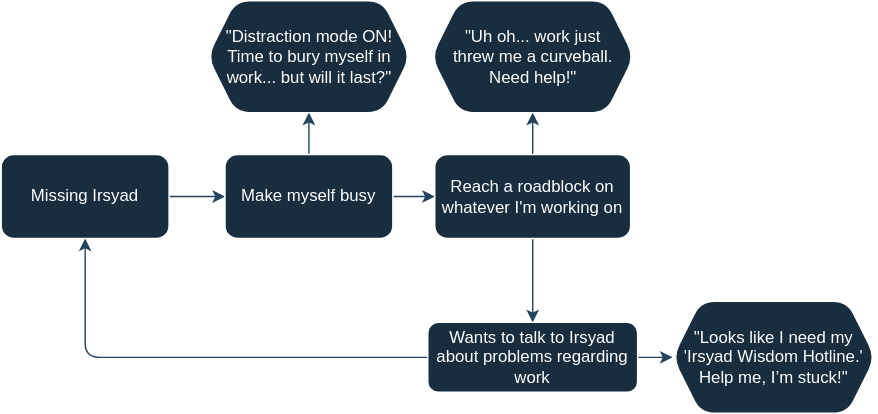
Before: Untitled Diagram.drawio.svg, a diagram exported from draw.io (MaryVII/Flowchart). Source tidied: cells renumbered, new cells last; positions are measured from the earlier drawing's top-left corner, leaving out a move shared by most shapes.
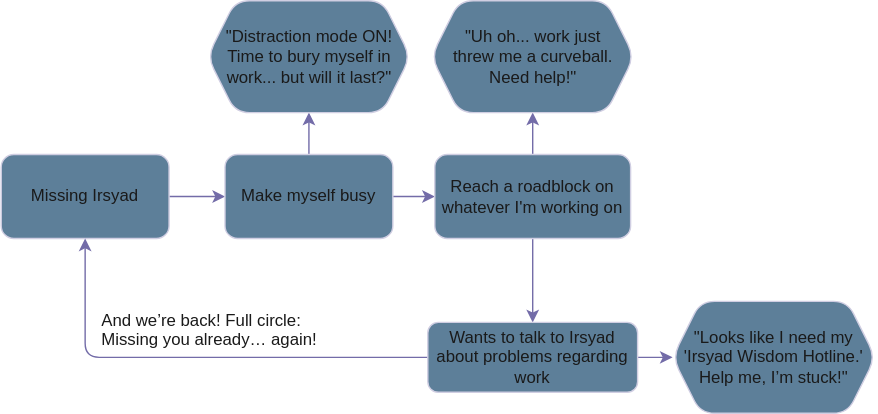
After the change.

The edit, as a diff of the source:
```diff
@@ -2,49 +2,49 @@
   <root>
     <mxCell id="0" />
     <mxCell id="1" parent="0" />
-    <mxCell id="2" style="edgeStyle=orthogonalEdgeStyle;rounded=1;jettySize=auto;html=1;labelBackgroundColor=none;fontColor=default;strokeColor=#23445D;" parent="1" edge="1" source="3" target="6">
+    <mxCell id="2" style="edgeStyle=orthogonalEdgeStyle;rounded=1;jettySize=auto;html=1;labelBackgroundColor=none;fontColor=default;strokeColor=#736CA8;" parent="1" edge="1" source="3" target="6">
       <mxGeometry relative="1" as="geometry" />
     </mxCell>
-    <mxCell id="3" value="Missing Irsyad" style="rounded=1;whiteSpace=wrap;html=1;labelBackgroundColor=none;fillColor=#182E3E;strokeColor=#FFFFFF;fontColor=#FFFFFF;" parent="1" vertex="1">
+    <mxCell id="3" value="Missing Irsyad" style="rounded=1;whiteSpace=wrap;html=1;labelBackgroundColor=none;fillColor=#5D7F99;strokeColor=#D0CEE2;fontColor=#1A1A1A;" parent="1" vertex="1">
       <mxGeometry y="110" width="120" height="60" as="geometry" />
     </mxCell>
-    <mxCell id="4" style="edgeStyle=orthogonalEdgeStyle;rounded=1;jettySize=auto;html=1;labelBackgroundColor=none;fontColor=default;strokeColor=#23445D;" parent="1" edge="1" source="6" target="9">
+    <mxCell id="4" style="edgeStyle=orthogonalEdgeStyle;rounded=1;jettySize=auto;html=1;labelBackgroundColor=none;fontColor=default;strokeColor=#736CA8;" parent="1" edge="1" source="6" target="9">
       <mxGeometry relative="1" as="geometry" />
     </mxCell>
-    <mxCell id="5" style="edgeStyle=orthogonalEdgeStyle;rounded=1;jettySize=auto;html=1;labelBackgroundColor=none;fontColor=default;strokeColor=#23445D;" parent="1" edge="1" source="6" target="13">
+    <mxCell id="5" style="edgeStyle=orthogonalEdgeStyle;rounded=1;jettySize=auto;html=1;labelBackgroundColor=none;fontColor=default;strokeColor=#736CA8;" parent="1" edge="1" source="6" target="13">
       <mxGeometry relative="1" as="geometry" />
     </mxCell>
-    <mxCell id="6" value="Make myself busy" style="whiteSpace=wrap;html=1;rounded=1;labelBackgroundColor=none;fillColor=#182E3E;strokeColor=#FFFFFF;fontColor=#FFFFFF;" parent="1" vertex="1">
+    <mxCell id="6" value="Make myself busy" style="whiteSpace=wrap;html=1;rounded=1;labelBackgroundColor=none;fillColor=#5D7F99;strokeColor=#D0CEE2;fontColor=#1A1A1A;" parent="1" vertex="1">
       <mxGeometry x="160" y="110" width="120" height="60" as="geometry" />
     </mxCell>
-    <mxCell id="7" style="edgeStyle=orthogonalEdgeStyle;rounded=1;jettySize=auto;html=1;labelBackgroundColor=none;fontColor=default;strokeColor=#23445D;" parent="1" edge="1" source="9" target="12">
+    <mxCell id="7" style="edgeStyle=orthogonalEdgeStyle;rounded=1;jettySize=auto;html=1;labelBackgroundColor=none;fontColor=default;strokeColor=#736CA8;" parent="1" edge="1" source="9" target="12">
       <mxGeometry relative="1" as="geometry" />
     </mxCell>
-    <mxCell id="8" style="edgeStyle=orthogonalEdgeStyle;rounded=1;jettySize=auto;html=1;labelBackgroundColor=none;fontColor=default;strokeColor=#23445D;" parent="1" edge="1" source="9" target="14">
+    <mxCell id="8" style="edgeStyle=orthogonalEdgeStyle;rounded=1;jettySize=auto;html=1;labelBackgroundColor=none;fontColor=default;strokeColor=#736CA8;" parent="1" edge="1" source="9" target="14">
       <mxGeometry relative="1" as="geometry" />
     </mxCell>
-    <mxCell id="9" value="Reach a roadblock on whatever I'm working on" style="whiteSpace=wrap;html=1;rounded=1;labelBackgroundColor=none;fillColor=#182E3E;strokeColor=#FFFFFF;fontColor=#FFFFFF;" parent="1" vertex="1">
+    <mxCell id="9" value="Reach a roadblock on whatever I'm working on" style="whiteSpace=wrap;html=1;rounded=1;labelBackgroundColor=none;fillColor=#5D7F99;strokeColor=#D0CEE2;fontColor=#1A1A1A;" parent="1" vertex="1">
       <mxGeometry x="310" y="110" width="140" height="60" as="geometry" />
     </mxCell>
-    <mxCell id="10" style="edgeStyle=orthogonalEdgeStyle;rounded=1;jettySize=auto;html=1;entryX=0.5;entryY=1;entryDx=0;entryDy=0;labelBackgroundColor=none;fontColor=default;strokeColor=#23445D;" parent="1" edge="1" source="12" target="3">
+    <mxCell id="10" style="edgeStyle=orthogonalEdgeStyle;rounded=1;jettySize=auto;html=1;entryX=0.5;entryY=1;entryDx=0;entryDy=0;labelBackgroundColor=none;fontColor=default;strokeColor=#736CA8;" parent="1" edge="1" source="12" target="3">
       <mxGeometry relative="1" as="geometry" />
     </mxCell>
-    <mxCell id="11" style="edgeStyle=orthogonalEdgeStyle;rounded=1;jettySize=auto;html=1;labelBackgroundColor=none;fontColor=default;strokeColor=#23445D;" parent="1" edge="1" source="12" target="15">
+    <mxCell id="11" style="edgeStyle=orthogonalEdgeStyle;rounded=1;jettySize=auto;html=1;labelBackgroundColor=none;fontColor=default;strokeColor=#736CA8;" parent="1" edge="1" source="12" target="15">
       <mxGeometry relative="1" as="geometry" />
     </mxCell>
-    <mxCell id="12" value="Wants to talk to Irsyad about problems regarding work" style="whiteSpace=wrap;html=1;rounded=1;labelBackgroundColor=none;fillColor=#182E3E;strokeColor=#FFFFFF;fontColor=#FFFFFF;" parent="1" vertex="1">
+    <mxCell id="12" value="Wants to talk to Irsyad about problems regarding work" style="whiteSpace=wrap;html=1;rounded=1;labelBackgroundColor=none;fillColor=#5D7F99;strokeColor=#D0CEE2;fontColor=#1A1A1A;" parent="1" vertex="1">
       <mxGeometry x="305" y="230" width="150" height="50" as="geometry" />
     </mxCell>
-    <mxCell id="13" value="&quot;Distraction mode ON! Time to bury myself in work... but will it last?&quot;" style="shape=hexagon;perimeter=hexagonPerimeter2;whiteSpace=wrap;html=1;fixedSize=1;rounded=1;labelBackgroundColor=none;fillColor=#182E3E;strokeColor=#FFFFFF;fontColor=#FFFFFF;" parent="1" vertex="1">
+    <mxCell id="13" value="&quot;Distraction mode ON! Time to bury myself in work... but will it last?&quot;" style="shape=hexagon;perimeter=hexagonPerimeter2;whiteSpace=wrap;html=1;fixedSize=1;rounded=1;labelBackgroundColor=none;fillColor=#5D7F99;strokeColor=#D0CEE2;fontColor=#1A1A1A;" parent="1" vertex="1">
       <mxGeometry x="147.5" width="145" height="80" as="geometry" />
     </mxCell>
-    <mxCell id="14" value="&amp;nbsp;&quot;Uh oh... work just&amp;nbsp;&lt;div&gt;threw me a curveball.&lt;/div&gt;&lt;div&gt;Need help!&quot;&lt;/div&gt;" style="shape=hexagon;perimeter=hexagonPerimeter2;whiteSpace=wrap;html=1;fixedSize=1;rounded=1;labelBackgroundColor=none;fillColor=#182E3E;strokeColor=#FFFFFF;fontColor=#FFFFFF;" parent="1" vertex="1">
+    <mxCell id="14" value="&amp;nbsp;&quot;Uh oh... work just&amp;nbsp;&lt;div&gt;threw me a curveball.&lt;/div&gt;&lt;div&gt;Need help!&quot;&lt;/div&gt;" style="shape=hexagon;perimeter=hexagonPerimeter2;whiteSpace=wrap;html=1;fixedSize=1;rounded=1;labelBackgroundColor=none;fillColor=#5D7F99;strokeColor=#D0CEE2;fontColor=#1A1A1A;" parent="1" vertex="1">
       <mxGeometry x="307.5" width="145" height="80" as="geometry" />
     </mxCell>
-    <mxCell id="15" value="&quot;Looks like I need my 'Irsyad Wisdom Hotline.' Help me, I’m stuck!&quot;" style="shape=hexagon;perimeter=hexagonPerimeter2;whiteSpace=wrap;html=1;fixedSize=1;rounded=1;labelBackgroundColor=none;fillColor=#182E3E;strokeColor=#FFFFFF;fontColor=#FFFFFF;" parent="1" vertex="1">
+    <mxCell id="15" value="&quot;Looks like I need my 'Irsyad Wisdom Hotline.' Help me, I’m stuck!&quot;" style="shape=hexagon;perimeter=hexagonPerimeter2;whiteSpace=wrap;html=1;fixedSize=1;rounded=1;labelBackgroundColor=none;fillColor=#5D7F99;strokeColor=#D0CEE2;fontColor=#1A1A1A;" parent="1" vertex="1">
       <mxGeometry x="480" y="215" width="145" height="80" as="geometry" />
     </mxCell>
-    <mxCell id="16" value="&lt;h1 style=&quot;margin-top: 0px;&quot;&gt;&lt;br&gt;&lt;/h1&gt;&lt;p&gt;And we’re back! Full circle: Missing you already… again!&lt;br&gt;&lt;/p&gt;" style="text;html=1;whiteSpace=wrap;overflow=hidden;rounded=1;labelBackgroundColor=none;fontColor=#FFFFFF;" parent="1" vertex="1">
+    <mxCell id="16" value="&lt;h1 style=&quot;margin-top: 0px;&quot;&gt;&lt;br&gt;&lt;/h1&gt;&lt;p&gt;And we’re back! Full circle: Missing you already… again!&lt;br&gt;&lt;/p&gt;" style="text;html=1;whiteSpace=wrap;overflow=hidden;rounded=1;labelBackgroundColor=none;fontColor=#1A1A1A;" parent="1" vertex="1">
       <mxGeometry x="70" y="170" width="180" height="120" as="geometry" />
     </mxCell>
   </root>
```
